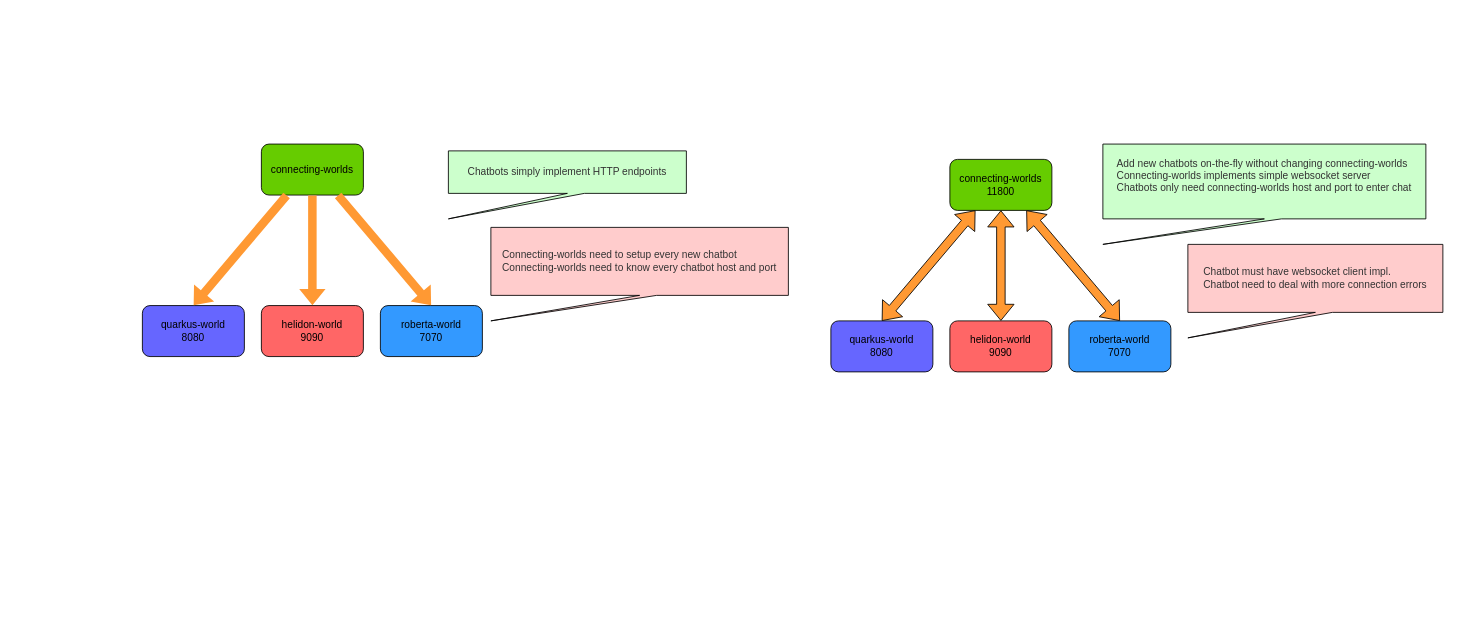
The draw.io diagram architecture.drawio in neomatrix369/chatbot-conversations, before the edit. Source tidied: cells renumbered, new cells numbered last; positions are measured from the earlier drawing's top-left corner, leaving out a move shared by most shapes. Both pictures are drawn from the tidied source at 85%, with x=0, y=0 at pixel (142, 144).
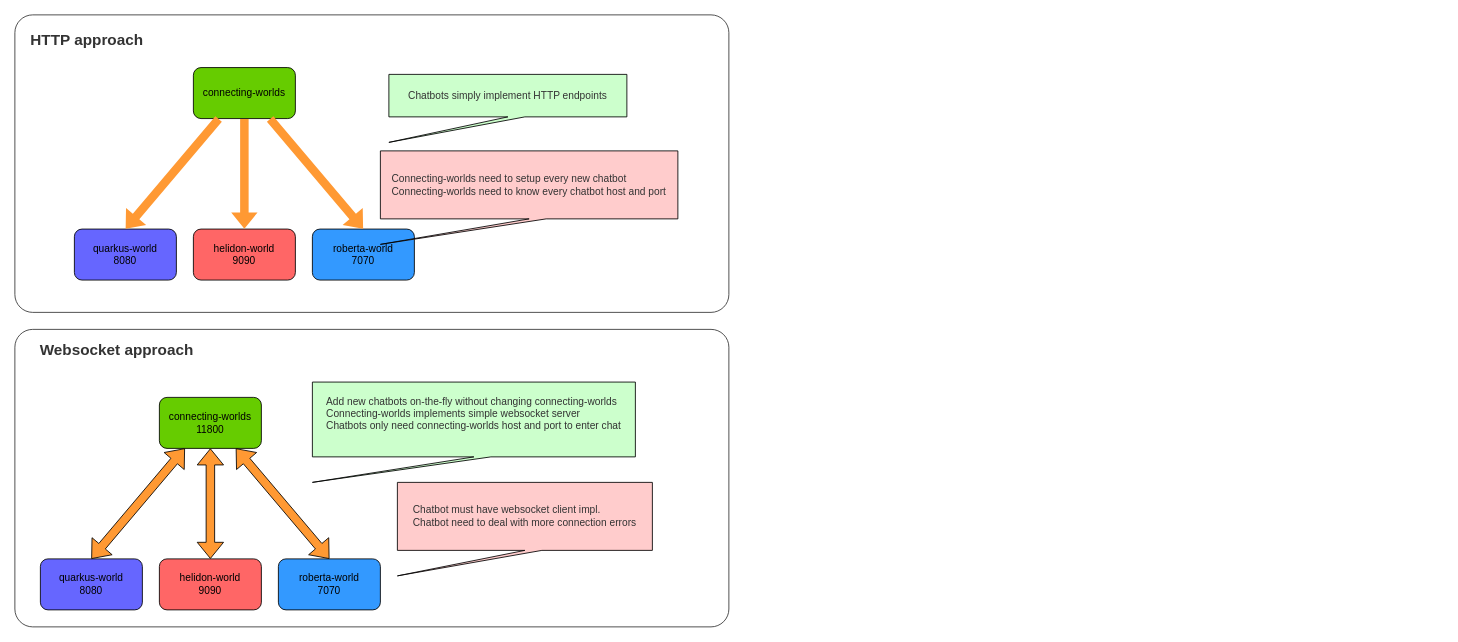
The same page after the edit.

Commit message:
docs: update architecture diagram

What changed in the source:
```diff
@@
+    <mxCell id="20" style="rounded=1;whiteSpace=wrap;html=1;fontColor=#333333;strokeColor=#333333;fillColor=#FFFFFF;arcSize=6;" parent="1" vertex="1">
+      <mxGeometry x="-150" y="218" width="840" height="350" as="geometry" />
+    </mxCell>
+    <mxCell id="21" style="rounded=1;whiteSpace=wrap;html=1;fontColor=#333333;strokeColor=#333333;fillColor=#FFFFFF;arcSize=6;" parent="1" vertex="1">
+      <mxGeometry x="-150" y="-152" width="840" height="350" as="geometry" />
+    </mxCell>
     <mxCell id="2" value="connecting-worlds" style="rounded=1;whiteSpace=wrap;html=1;fillColor=#66CC00;" parent="1" vertex="1">
-      <mxGeometry x="140" width="120" height="60" as="geometry" />
+      <mxGeometry x="60" y="-90" width="120" height="60" as="geometry" />
     </mxCell>
     <mxCell id="3" value="quarkus-world&lt;br&gt;8080" style="rounded=1;whiteSpace=wrap;html=1;fillColor=#6666FF;" parent="1" vertex="1">
-      <mxGeometry y="190" width="120" height="60" as="geometry" />
+      <mxGeometry x="-80" y="100" width="120" height="60" as="geometry" />
     </mxCell>
     <mxCell id="4" value="helidon-world&lt;br&gt;9090" style="rounded=1;whiteSpace=wrap;html=1;fillColor=#FF6666;" parent="1" vertex="1">
-      <mxGeometry x="140" y="190" width="120" height="60" as="geometry" />
+      <mxGeometry x="60" y="100" width="120" height="60" as="geometry" />
     </mxCell>
     <mxCell id="5" value="roberta-world&lt;br&gt;7070" style="rounded=1;whiteSpace=wrap;html=1;fillColor=#3399FF;" parent="1" vertex="1">
-      <mxGeometry x="280" y="190" width="120" height="60" as="geometry" />
+      <mxGeometry x="200" y="100" width="120" height="60" as="geometry" />
     </mxCell>
@@
     <mxCell id="9" value="connecting-worlds&lt;br&gt;11800" style="rounded=1;whiteSpace=wrap;html=1;fillColor=#66CC00;" parent="1" vertex="1">
-      <mxGeometry x="950" y="18" width="120" height="60" as="geometry" />
+      <mxGeometry x="20" y="298" width="120" height="60" as="geometry" />
     </mxCell>
     <mxCell id="10" value="quarkus-world&lt;br&gt;8080" style="rounded=1;whiteSpace=wrap;html=1;fillColor=#6666FF;" parent="1" vertex="1">
-      <mxGeometry x="810" y="208" width="120" height="60" as="geometry" />
+      <mxGeometry x="-120" y="488" width="120" height="60" as="geometry" />
     </mxCell>
     <mxCell id="11" value="helidon-world&lt;br&gt;9090" style="rounded=1;whiteSpace=wrap;html=1;fillColor=#FF6666;" parent="1" vertex="1">
-      <mxGeometry x="950" y="208" width="120" height="60" as="geometry" />
+      <mxGeometry x="20" y="488" width="120" height="60" as="geometry" />
     </mxCell>
     <mxCell id="12" value="roberta-world&lt;br&gt;7070" style="rounded=1;whiteSpace=wrap;html=1;fillColor=#3399FF;" parent="1" vertex="1">
-      <mxGeometry x="1090" y="208" width="120" height="60" as="geometry" />
+      <mxGeometry x="160" y="488" width="120" height="60" as="geometry" />
     </mxCell>
@@
     <mxCell id="16" value="&lt;div style=&quot;text-align: justify&quot;&gt;&lt;span style=&quot;color: rgb(51 , 51 , 51)&quot;&gt;Connecting-worlds need to setup every new chatbot&lt;/span&gt;&lt;/div&gt;&lt;span style=&quot;color: rgb(51 , 51 , 51) ; text-align: justify&quot;&gt;Connecting-worlds n&lt;/span&gt;&lt;span style=&quot;text-align: justify ; color: rgb(51 , 51 , 51)&quot;&gt;eed to know every chatbot host and port&lt;/span&gt;&lt;span style=&quot;color: rgb(51 , 51 , 51) ; text-align: justify&quot;&gt;&lt;br&gt;&lt;/span&gt;" style="shape=callout;whiteSpace=wrap;html=1;perimeter=calloutPerimeter;fillColor=#FFCCCC;position2=0;align=center;" parent="1" vertex="1">
-      <mxGeometry x="410" y="98" width="350" height="110" as="geometry" />
+      <mxGeometry x="280" y="8" width="350" height="110" as="geometry" />
     </mxCell>
     <mxCell id="17" value="&lt;div style=&quot;text-align: left&quot;&gt;&lt;span&gt;&lt;font color=&quot;#333333&quot;&gt;Chatbot must have websocket client impl.&lt;/font&gt;&lt;/span&gt;&lt;/div&gt;&lt;div style=&quot;text-align: left&quot;&gt;&lt;span&gt;&lt;font color=&quot;#333333&quot;&gt;Chatbot need to deal with more connection errors&lt;/font&gt;&lt;/span&gt;&lt;/div&gt;" style="shape=callout;whiteSpace=wrap;html=1;perimeter=calloutPerimeter;fillColor=#FFCCCC;position2=0;" parent="1" vertex="1">
-      <mxGeometry x="1230" y="118" width="300" height="110" as="geometry" />
+      <mxGeometry x="300" y="398" width="300" height="110" as="geometry" />
     </mxCell>
     <mxCell id="18" value="&lt;div style=&quot;text-align: justify&quot;&gt;&lt;/div&gt;&lt;span style=&quot;color: rgb(51 , 51 , 51) ; text-align: justify&quot;&gt;Chatbots simply implement HTTP endpoints&lt;br&gt;&lt;/span&gt;" style="shape=callout;whiteSpace=wrap;html=1;perimeter=calloutPerimeter;fillColor=#CCFFCC;position2=0;align=center;" parent="1" vertex="1">
-      <mxGeometry x="360" y="8" width="280" height="80" as="geometry" />
+      <mxGeometry x="290" y="-82" width="280" height="80" as="geometry" />
     </mxCell>
     <mxCell id="19" value="&lt;div style=&quot;text-align: justify&quot;&gt;&lt;font color=&quot;#333333&quot;&gt;Add new chatbots on-the-fly without changing connecting-worlds&lt;/font&gt;&lt;/div&gt;&lt;div style=&quot;text-align: justify&quot;&gt;&lt;font color=&quot;#333333&quot;&gt;Connecting-worlds implements simple websocket server&lt;/font&gt;&lt;/div&gt;&lt;div style=&quot;text-align: justify&quot;&gt;&lt;font color=&quot;#333333&quot;&gt;Chatbots only need connecting-worlds host and port to enter chat&lt;/font&gt;&lt;/div&gt;&lt;span style=&quot;color: rgb(51 , 51 , 51) ; text-align: justify&quot;&gt;&lt;br&gt;&lt;/span&gt;" style="shape=callout;whiteSpace=wrap;html=1;perimeter=calloutPerimeter;fillColor=#CCFFCC;position2=0;" parent="1" vertex="1">
-      <mxGeometry x="1130" width="380" height="118" as="geometry" />
+      <mxGeometry x="200" y="280" width="380" height="118" as="geometry" />
     </mxCell>
+    <mxCell id="22" value="&lt;h2&gt;&lt;b&gt;HTTP approach&lt;/b&gt;&lt;/h2&gt;" style="text;html=1;strokeColor=none;fillColor=none;align=center;verticalAlign=middle;whiteSpace=wrap;rounded=0;fontColor=#333333;" parent="1" vertex="1">
+      <mxGeometry x="-140" y="-142" width="150" height="40" as="geometry" />
+    </mxCell>
+    <mxCell id="23" value="&lt;h2&gt;&lt;b&gt;Websocket approach&lt;/b&gt;&lt;/h2&gt;" style="text;html=1;strokeColor=none;fillColor=none;align=center;verticalAlign=middle;whiteSpace=wrap;rounded=0;fontColor=#333333;" parent="1" vertex="1">
+      <mxGeometry x="-130" y="228" width="200" height="30" as="geometry" />
+    </mxCell>
```
